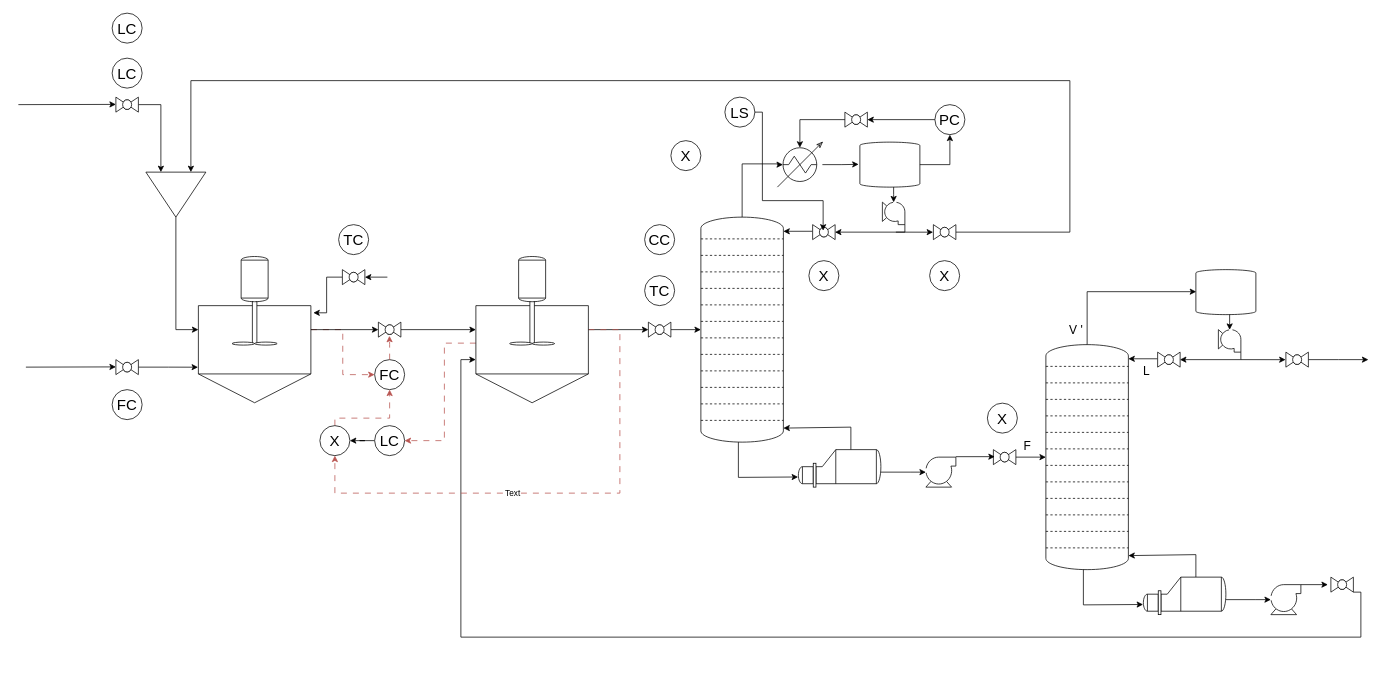
Before: Figures/EB_Jagtap_fig2b.drawio in brageban/aspen-matlab-testbench, a draw.io diagram. Source tidied: cells renumbered, new cells numbered last; positions are measured from the earlier drawing's top-left corner, leaving out a move shared by most shapes. Both pictures are drawn from the tidied source at 75%, with x=0, y=0 at pixel (18, 13).
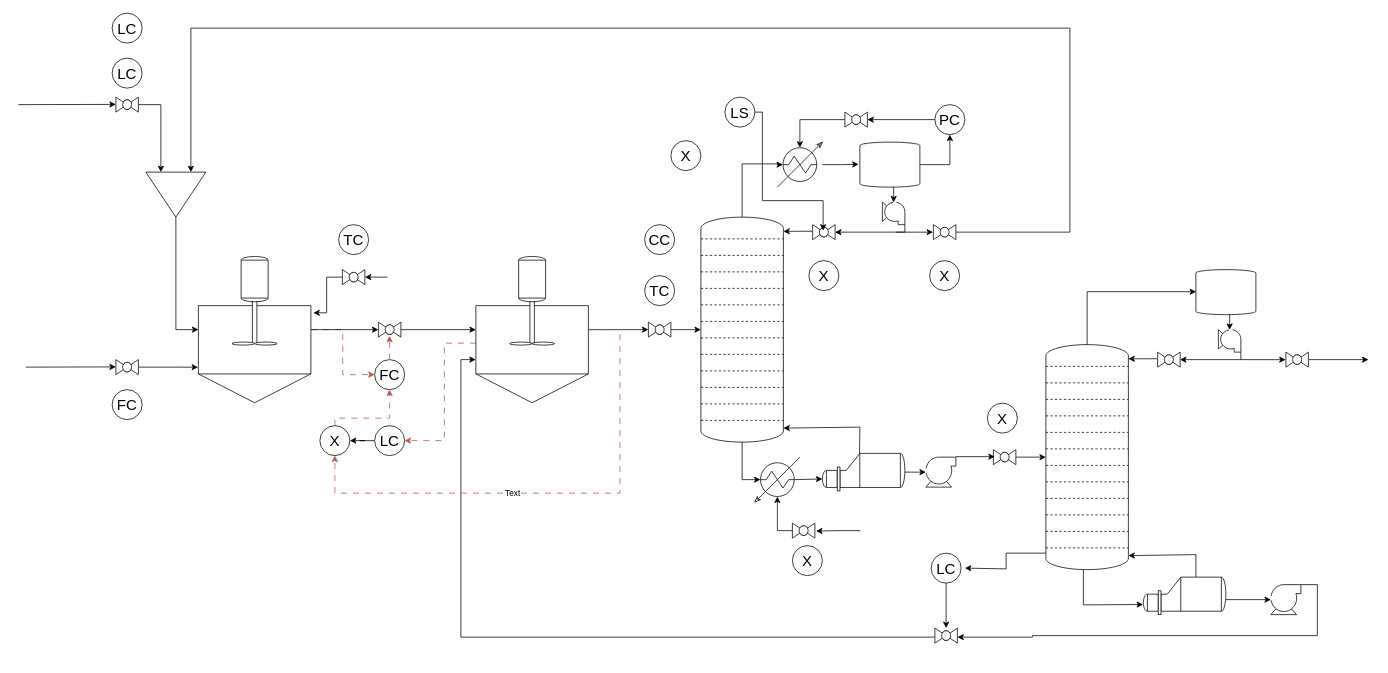
The same page after the edit.

Unchanged cells that the change refers to:
```xml
<mxCell id="4" style="group;" parent="1" vertex="1">
  <mxGeometry x="1300" y="342" width="485" height="520" as="geometry" />
</mxCell>
<mxCell id="5" style="verticalLabelPosition=bottom;outlineConnect=0;align=center;dashed=0;html=1;verticalAlign=top;shape=mxgraph.pid2misc.column;columnType=tray;" parent="4" vertex="1">
  <mxGeometry x="70" y="100" width="110" height="300" as="geometry" />
</mxCell>
<mxCell id="29" style="verticalLabelPosition=bottom;outlineConnect=0;align=center;dashed=0;html=1;verticalAlign=top;shape=mxgraph.pid2misc.column;columnType=tray;" parent="28" vertex="1">
  <mxGeometry x="70" y="100" width="110" height="300" as="geometry" />
</mxCell>
<mxCell id="41" style="verticalLabelPosition=bottom;align=center;html=1;verticalAlign=top;dashed=0;shape=mxgraph.pid2valves.valve;valveType=ball;" parent="28" vertex="1">
  <mxGeometry x="380" y="110" width="30" height="20" as="geometry" />
</mxCell>
<mxCell id="57" style="triangle;whiteSpace=wrap;html=1;rotation=90;" parent="1" vertex="1">
  <mxGeometry x="180" y="202" width="60" height="80" as="geometry" />
</mxCell>
<mxCell id="67" style="shape=mxgraph.pid.vessels.mixing_reactor;html=1;align=center;verticalLabelPosition=bottom;verticalAlign=top;dashed=0;" parent="1" vertex="1">
  <mxGeometry x="610" y="324.5" width="150" height="195" as="geometry" />
</mxCell>
```

Diff of the diagram source:
```diff
@@
     <mxCell id="2" style="edgeStyle=orthogonalEdgeStyle;rounded=0;jettySize=auto;html=1;entryX=-0.001;entryY=0.705;entryDx=0;entryDy=0;entryPerimeter=0;" parent="1" edge="1" source="12" target="67">
       <mxGeometry relative="1" as="geometry">
         <Array as="points">
-          <mxPoint x="1790" y="772" />
-          <mxPoint x="1790" y="832" />
           <mxPoint x="590" y="832" />
           <mxPoint x="590" y="462" />
         </Array>
       </mxGeometry>
     </mxCell>
@@
+    <mxCell id="93" style="edgeStyle=orthogonalEdgeStyle;rounded=0;jettySize=auto;html=1;" parent="4" edge="1" source="5">
+      <mxGeometry relative="1" as="geometry">
+        <mxPoint x="-38" y="398" as="targetPoint" />
+        <Array as="points">
+          <mxPoint x="17" y="378" />
+          <mxPoint x="17" y="399" />
+        </Array>
+      </mxGeometry>
+    </mxCell>
@@
-    <mxCell id="12" style="verticalLabelPosition=bottom;align=center;html=1;verticalAlign=top;dashed=0;shape=mxgraph.pid2valves.valve;valveType=ball;" parent="4" vertex="1">
-      <mxGeometry x="450" y="410" width="30" height="20" as="geometry" />
-    </mxCell>
-    <mxCell id="13" style="edgeStyle=orthogonalEdgeStyle;rounded=0;orthogonalLoop=1;jettySize=auto;html=1;exitX=1;exitY=0;exitDx=0;exitDy=0;exitPerimeter=0;entryX=-0.119;entryY=0.5;entryDx=0;entryDy=0;entryPerimeter=0;" parent="4" edge="1">
+    <mxCell id="13" style="edgeStyle=orthogonalEdgeStyle;rounded=0;jettySize=auto;html=1;exitX=1;exitY=0;exitDx=0;exitDy=0;exitPerimeter=0;entryX=1;entryY=0.6;entryDx=0;entryDy=0;entryPerimeter=0;" parent="4" edge="1" target="12">
       <mxGeometry relative="1" as="geometry">
         <mxPoint x="410" y="420" as="sourcePoint" />
-        <mxPoint x="446" y="420" as="targetPoint" />
         <Array as="points">
-          <mxPoint x="440" y="420" />
-          <mxPoint x="440" y="420" />
+          <mxPoint x="432" y="420" />
+          <mxPoint x="432" y="488" />
+          <mxPoint x="52" y="488" />
+          <mxPoint x="52" y="490" />
         </Array>
       </mxGeometry>
     </mxCell>
@@
-    <mxCell id="16" value="F" style="text;html=1;align=center;verticalAlign=middle;strokeColor=none;fillColor=none;strokeWidth=3;fontSize=16;" parent="4" vertex="1">
-      <mxGeometry x="30" y="220" width="30" height="30" as="geometry" />
-    </mxCell>
@@
-    <mxCell id="18" value="V '" style="text;html=1;align=center;verticalAlign=middle;strokeColor=none;fillColor=none;strokeWidth=3;fontSize=16;" parent="4" vertex="1">
-      <mxGeometry x="90" y="65" width="40" height="30" as="geometry" />
-    </mxCell>
@@
-    <mxCell id="23" value="L" style="text;html=1;align=center;verticalAlign=middle;strokeColor=none;fillColor=none;strokeWidth=3;fontSize=16;" parent="4" vertex="1">
-      <mxGeometry x="189" y="120" width="30" height="30" as="geometry" />
-    </mxCell>
@@
+    <mxCell id="12" style="verticalLabelPosition=bottom;align=center;html=1;verticalAlign=top;dashed=0;shape=mxgraph.pid2valves.valve;valveType=ball;" parent="4" vertex="1">
+      <mxGeometry x="-78" y="478" width="30" height="20" as="geometry" />
+    </mxCell>
     <mxCell id="27" style="edgeStyle=orthogonalEdgeStyle;rounded=0;jettySize=auto;html=1;entryX=0;entryY=0.25;entryDx=0;entryDy=0;" parent="1" edge="1" source="41" target="57">
       <mxGeometry relative="1" as="geometry">
         <Array as="points">
           <mxPoint x="1402" y="292" />
-          <mxPoint x="1402" y="90" />
-          <mxPoint x="230" y="90" />
+          <mxPoint x="1402" y="20" />
+          <mxPoint x="230" y="20" />
         </Array>
       </mxGeometry>
     </mxCell>
     <mxCell id="28" style="group;" parent="1" vertex="1">
-      <mxGeometry x="840" y="172" width="492" height="520" as="geometry" />
+      <mxGeometry x="840" y="172" width="492" height="528" as="geometry" />
     </mxCell>
@@
-    <mxCell id="33" style="endArrow=classic;html=1;rounded=0;entryX=-0.004;entryY=0.609;entryDx=0;entryDy=0;entryPerimeter=0;" parent="28" edge="1">
-      <mxGeometry relative="1" as="geometry">
-        <mxPoint x="120" y="400" as="sourcePoint" />
-        <mxPoint x="199.6" y="446.5" as="targetPoint" />
-        <Array as="points">
-          <mxPoint x="120" y="447" />
-        </Array>
-      </mxGeometry>
-    </mxCell>
-    <mxCell id="34" style="endArrow=classic;html=1;rounded=0;" parent="28" edge="1">
+    <mxCell id="34" style="endArrow=classic;html=1;rounded=0;exitX=0.45;exitY=0;exitDx=0;exitDy=0;exitPerimeter=0;" parent="28" edge="1" source="38">
       <mxGeometry relative="1" as="geometry">
-        <mxPoint x="270" y="410" as="sourcePoint" />
         <mxPoint x="180" y="381.3" as="targetPoint" />
         <Array as="points">
-          <mxPoint x="270" y="380" />
+          <mxPoint x="282" y="380" />
         </Array>
       </mxGeometry>
     </mxCell>
@@
     <mxCell id="38" style="shape=mxgraph.pid.heat_exchangers.reboiler;html=1;align=center;verticalLabelPosition=bottom;verticalAlign=top;dashed=0;" parent="28" vertex="1">
-      <mxGeometry x="200" y="410" width="110" height="50" as="geometry" />
+      <mxGeometry x="232" y="415" width="110" height="50" as="geometry" />
     </mxCell>
@@
+    <mxCell id="94" style="edgeStyle=orthogonalEdgeStyle;rounded=0;jettySize=auto;html=1;entryX=0;entryY=0.682;entryDx=0;entryDy=0;entryPerimeter=0;exitX=0.876;exitY=0.5;exitDx=0;exitDy=0;exitPerimeter=0;" parent="28" edge="1" target="38">
+      <mxGeometry relative="1" as="geometry">
+        <mxPoint x="194.6" y="450" as="sourcePoint" />
+        <Array as="points">
+          <mxPoint x="195" y="449" />
+        </Array>
+      </mxGeometry>
+    </mxCell>
+    <mxCell id="95" style="edgeStyle=orthogonalEdgeStyle;rounded=0;jettySize=auto;html=1;entryX=0.124;entryY=0.5;entryDx=0;entryDy=0;entryPerimeter=0;" parent="28" edge="1" source="29">
+      <mxGeometry relative="1" as="geometry">
+        <mxPoint x="149.4" y="450" as="targetPoint" />
+        <Array as="points">
+          <mxPoint x="125" y="450" />
+        </Array>
+      </mxGeometry>
+    </mxCell>
+    <mxCell id="96" style="verticalLabelPosition=bottom;align=center;html=1;verticalAlign=top;dashed=0;shape=mxgraph.pid2valves.valve;valveType=ball;" parent="28" vertex="1">
+      <mxGeometry x="192" y="508" width="30" height="20" as="geometry" />
+    </mxCell>
+    <mxCell id="97" style="edgeStyle=orthogonalEdgeStyle;rounded=0;jettySize=auto;html=1;entryX=0.5;entryY=0.876;entryDx=0;entryDy=0;entryPerimeter=0;" parent="28" edge="1" source="96" target="98">
+      <mxGeometry relative="1" as="geometry">
+        <Array as="points">
+          <mxPoint x="172" y="518" />
+        </Array>
+      </mxGeometry>
+    </mxCell>
+    <mxCell id="98" style="shape=mxgraph.pid.heat_exchangers.heater;html=1;align=center;verticalLabelPosition=bottom;verticalAlign=top;dashed=0;" parent="28" vertex="1">
+      <mxGeometry x="142" y="420" width="60" height="60" as="geometry" />
+    </mxCell>
@@
+    <mxCell id="99" value="&lt;font style=&quot;font-size: 20px;&quot;&gt;X&lt;/font&gt;" style="ellipse;whiteSpace=wrap;html=1;" parent="1" vertex="1">
+      <mxGeometry x="1032" y="710" width="40" height="40" as="geometry" />
+    </mxCell>
+    <mxCell id="100" style="edgeStyle=orthogonalEdgeStyle;rounded=0;jettySize=auto;html=1;entryX=1.051;entryY=0.531;entryDx=0;entryDy=0;entryPerimeter=0;" parent="1" edge="1" target="96">
+      <mxGeometry relative="1" as="geometry">
+        <mxPoint x="1122" y="691" as="sourcePoint" />
+        <Array as="points">
+          <mxPoint x="1122" y="690" />
+          <mxPoint x="1093" y="690" />
+        </Array>
+      </mxGeometry>
+    </mxCell>
+    <mxCell id="101" style="edgeStyle=orthogonalEdgeStyle;rounded=0;jettySize=auto;html=1;" parent="1" edge="1" source="102" target="12">
+      <mxGeometry relative="1" as="geometry" />
+    </mxCell>
+    <mxCell id="102" value="&lt;font style=&quot;font-size: 20px;&quot;&gt;LC&lt;/font&gt;" style="ellipse;whiteSpace=wrap;html=1;" parent="1" vertex="1">
+      <mxGeometry x="1217" y="720" width="40" height="40" as="geometry" />
+    </mxCell>
```
